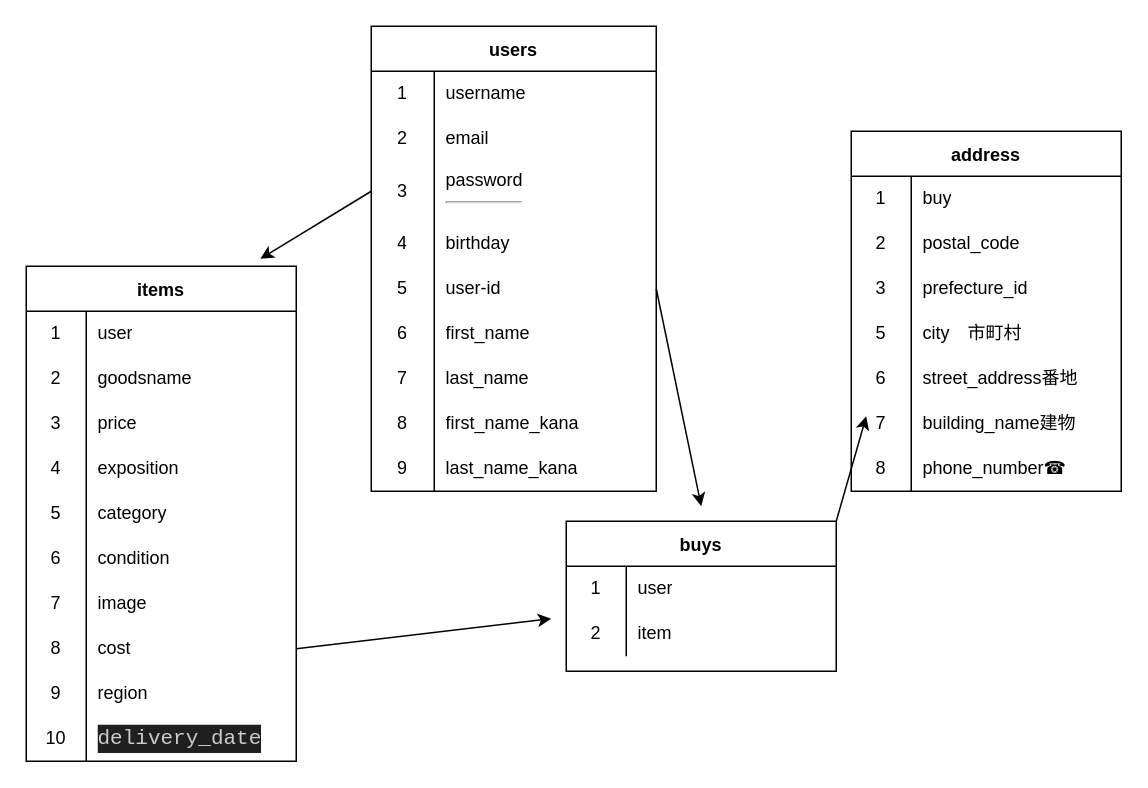
Above: page "ページ1" (1 of 2) of ER.dio in 09pipapipa/furima-39971 (draw.io), before the change. Source tidied: cells renumbered, new cells numbered last; positions are measured from the earlier drawing's top-left corner, leaving out a move shared by most shapes. Both pictures are drawn from the tidied source at 150%, with x=0, y=0 at pixel (26, 26).
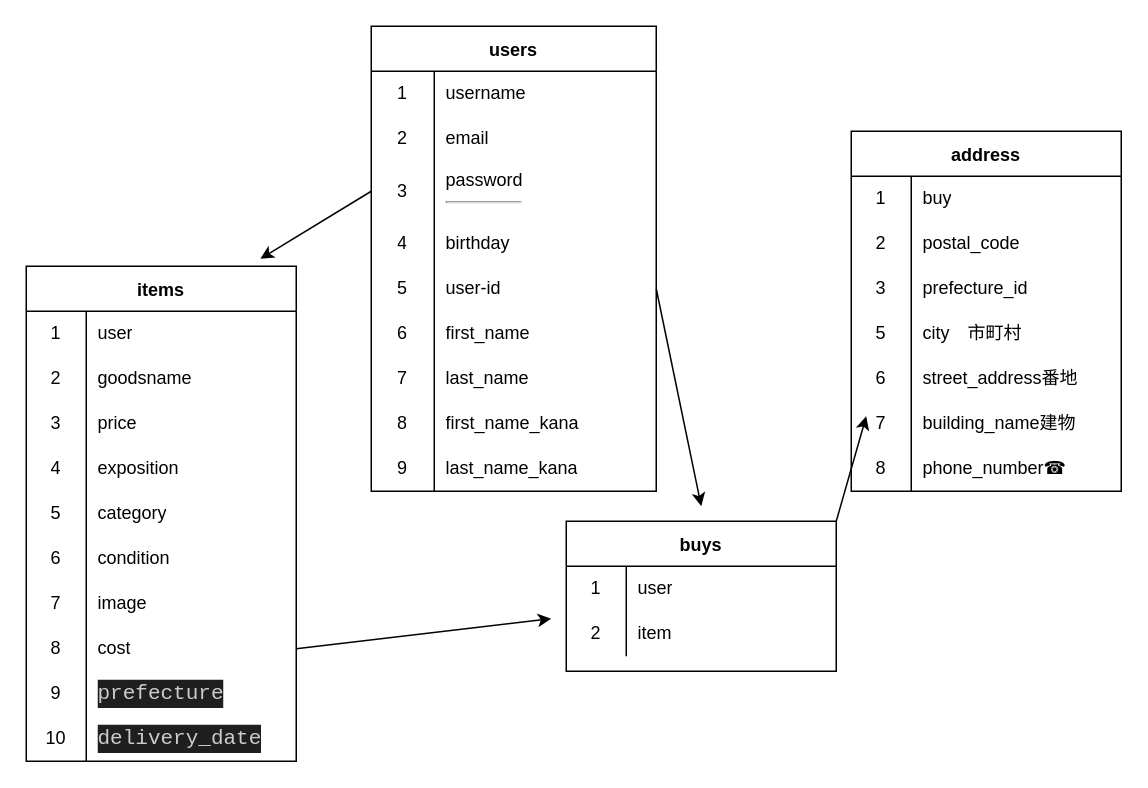
After the change.

Unchanged cells that the change refers to:
```xml
<mxCell id="55" style="shape=tableRow;horizontal=0;startSize=0;swimlaneHead=0;swimlaneBody=0;top=0;left=0;bottom=0;right=0;fillColor=none;" parent="30" vertex="1">
  <mxGeometry y="270" width="180" height="30" as="geometry" />
</mxCell>
```

What changed in the source:
```diff
@@
-    <mxCell id="57" value="region" style="shape=partialRectangle;html=1;whiteSpace=wrap;fillColor=none;top=0;left=0;bottom=0;right=0;align=left;spacingLeft=6;overflow=hidden;" parent="55" vertex="1">
+    <mxCell id="57" value="&lt;div style=&quot;color: rgb(204, 204, 204); background-color: rgb(31, 31, 31); font-family: Consolas, &amp;quot;Courier New&amp;quot;, monospace; font-size: 14px; line-height: 19px;&quot;&gt;prefecture&lt;/div&gt;" style="shape=partialRectangle;html=1;whiteSpace=wrap;fillColor=none;top=0;left=0;bottom=0;right=0;align=left;spacingLeft=6;overflow=hidden;" parent="55" vertex="1">
       <mxGeometry x="40" width="140" height="30" as="geometry" />
     </mxCell>
```
